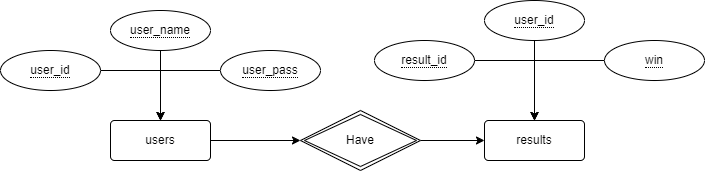
Before: public/img/skitgubbe/er.png, a diagram exported from draw.io (asili2001/MVC). Source tidied: cells renumbered, new cells last; positions are measured from the earlier drawing's top-left corner, leaving out a move shared by most shapes.
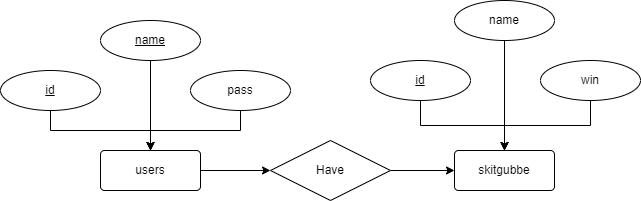
Later version of the same file.

Change to the diagram source:
```diff
@@ -6,52 +6,54 @@
       <mxGeometry relative="1" as="geometry" />
     </mxCell>
     <mxCell id="3" value="users" style="rounded=1;arcSize=10;whiteSpace=wrap;html=1;align=center;" parent="1" vertex="1">
-      <mxGeometry x="110" y="120" width="100" height="40" as="geometry" />
+      <mxGeometry x="130" y="120" width="100" height="40" as="geometry" />
     </mxCell>
-    <mxCell id="4" value="results" style="rounded=1;arcSize=10;whiteSpace=wrap;html=1;align=center;" parent="1" vertex="1">
+    <mxCell id="4" value="skitgubbe" style="rounded=1;arcSize=10;whiteSpace=wrap;html=1;align=center;" parent="1" vertex="1">
       <mxGeometry x="484" y="120" width="100" height="40" as="geometry" />
     </mxCell>
-    <mxCell id="5" style="edgeStyle=orthogonalEdgeStyle;rounded=0;jettySize=auto;html=1;entryX=0.5;entryY=0;entryDx=0;entryDy=0;" parent="1" edge="1" source="6" target="3">
-      <mxGeometry relative="1" as="geometry" />
-    </mxCell>
-    <mxCell id="6" value="&lt;span style=&quot;border-bottom: 1px dotted&quot;&gt;user_id&lt;/span&gt;" style="ellipse;whiteSpace=wrap;html=1;align=center;" parent="1" vertex="1">
-      <mxGeometry y="50" width="100" height="40" as="geometry" />
-    </mxCell>
-    <mxCell id="7" style="edgeStyle=orthogonalEdgeStyle;rounded=0;jettySize=auto;html=1;entryX=0.5;entryY=0;entryDx=0;entryDy=0;" parent="1" edge="1" source="8" target="3">
-      <mxGeometry relative="1" as="geometry" />
-    </mxCell>
-    <mxCell id="8" value="&lt;span style=&quot;border-bottom: 1px dotted&quot;&gt;user_name&lt;/span&gt;" style="ellipse;whiteSpace=wrap;html=1;align=center;" parent="1" vertex="1">
-      <mxGeometry x="110" y="10" width="100" height="40" as="geometry" />
-    </mxCell>
-    <mxCell id="9" style="edgeStyle=orthogonalEdgeStyle;rounded=0;jettySize=auto;html=1;" parent="1" edge="1" source="10" target="3">
-      <mxGeometry relative="1" as="geometry" />
-    </mxCell>
-    <mxCell id="10" value="&lt;span style=&quot;border-bottom: 1px dotted&quot;&gt;user_pass&lt;/span&gt;" style="ellipse;whiteSpace=wrap;html=1;align=center;" parent="1" vertex="1">
-      <mxGeometry x="220" y="50" width="100" height="40" as="geometry" />
-    </mxCell>
-    <mxCell id="11" style="edgeStyle=orthogonalEdgeStyle;rounded=0;jettySize=auto;html=1;entryX=0.5;entryY=0;entryDx=0;entryDy=0;" parent="1" edge="1" source="12" target="4">
-      <mxGeometry relative="1" as="geometry" />
-    </mxCell>
-    <mxCell id="12" value="&lt;span style=&quot;border-bottom: 1px dotted&quot;&gt;result_id&lt;/span&gt;" style="ellipse;whiteSpace=wrap;html=1;align=center;" parent="1" vertex="1">
-      <mxGeometry x="374" y="40" width="100" height="40" as="geometry" />
-    </mxCell>
-    <mxCell id="13" style="edgeStyle=orthogonalEdgeStyle;rounded=0;jettySize=auto;html=1;" parent="1" edge="1" source="14" target="4">
-      <mxGeometry relative="1" as="geometry" />
-    </mxCell>
-    <mxCell id="14" value="&lt;span style=&quot;border-bottom: 1px dotted&quot;&gt;user_id&lt;/span&gt;" style="ellipse;whiteSpace=wrap;html=1;align=center;" parent="1" vertex="1">
-      <mxGeometry x="484" width="100" height="40" as="geometry" />
-    </mxCell>
+    <mxCell id="17" style="edgeStyle=orthogonalEdgeStyle;rounded=0;jettySize=auto;html=1;" parent="1" edge="1" source="18" target="4">
+      <mxGeometry relative="1" as="geometry" />
+    </mxCell>
+    <mxCell id="18" value="Have" style="shape=rhombus;perimeter=rhombusPerimeter;whiteSpace=wrap;html=1;align=center;" parent="1" vertex="1">
+      <mxGeometry x="300" y="110" width="120" height="60" as="geometry" />
+    </mxCell>
+    <mxCell id="19" style="edgeStyle=orthogonalEdgeStyle;rounded=0;jettySize=auto;html=1;entryX=0.5;entryY=0;entryDx=0;entryDy=0;" parent="1" edge="1" source="20" target="3">
+      <mxGeometry relative="1" as="geometry" />
+    </mxCell>
+    <mxCell id="20" value="pass" style="ellipse;whiteSpace=wrap;html=1;align=center;" parent="1" vertex="1">
+      <mxGeometry x="220" y="40" width="100" height="40" as="geometry" />
+    </mxCell>
+    <mxCell id="21" style="edgeStyle=orthogonalEdgeStyle;rounded=0;jettySize=auto;html=1;entryX=0.5;entryY=0;entryDx=0;entryDy=0;" parent="1" edge="1" source="22" target="3">
+      <mxGeometry relative="1" as="geometry" />
+    </mxCell>
+    <mxCell id="22" value="id" style="ellipse;whiteSpace=wrap;html=1;align=center;fontStyle=4;" parent="1" vertex="1">
+      <mxGeometry x="30" y="40" width="100" height="40" as="geometry" />
+    </mxCell>
+    <mxCell id="23" style="edgeStyle=orthogonalEdgeStyle;rounded=0;jettySize=auto;html=1;" parent="1" edge="1" source="24">
+      <mxGeometry relative="1" as="geometry">
+        <mxPoint x="180" y="120" as="targetPoint" />
+      </mxGeometry>
+    </mxCell>
+    <mxCell id="24" value="name" style="ellipse;whiteSpace=wrap;html=1;align=center;fontStyle=4;" parent="1" vertex="1">
+      <mxGeometry x="130" y="-10" width="100" height="40" as="geometry" />
+    </mxCell>
     <mxCell id="15" style="edgeStyle=orthogonalEdgeStyle;rounded=0;jettySize=auto;html=1;" parent="1" edge="1" source="16" target="4">
       <mxGeometry relative="1" as="geometry" />
     </mxCell>
-    <mxCell id="16" value="&lt;span style=&quot;border-bottom: 1px dotted&quot;&gt;win&lt;/span&gt;" style="ellipse;whiteSpace=wrap;html=1;align=center;" parent="1" vertex="1">
-      <mxGeometry x="604" y="40" width="100" height="40" as="geometry" />
+    <mxCell id="16" value="win" style="ellipse;whiteSpace=wrap;html=1;align=center;" parent="1" vertex="1">
+      <mxGeometry x="570" y="30" width="100" height="40" as="geometry" />
     </mxCell>
-    <mxCell id="17" style="edgeStyle=orthogonalEdgeStyle;rounded=0;jettySize=auto;html=1;entryX=0;entryY=0.5;entryDx=0;entryDy=0;" parent="1" edge="1" source="18" target="4">
-      <mxGeometry relative="1" as="geometry" />
-    </mxCell>
-    <mxCell id="18" value="Have" style="shape=rhombus;double=1;perimeter=rhombusPerimeter;whiteSpace=wrap;html=1;align=center;" parent="1" vertex="1">
-      <mxGeometry x="300" y="110" width="120" height="60" as="geometry" />
-    </mxCell>
+    <mxCell id="25" style="edgeStyle=orthogonalEdgeStyle;rounded=0;jettySize=auto;html=1;" parent="1" edge="1" source="26" target="4">
+      <mxGeometry relative="1" as="geometry" />
+    </mxCell>
+    <mxCell id="26" value="name" style="ellipse;whiteSpace=wrap;html=1;align=center;" parent="1" vertex="1">
+      <mxGeometry x="484" y="-30" width="100" height="40" as="geometry" />
+    </mxCell>
+    <mxCell id="27" style="edgeStyle=orthogonalEdgeStyle;rounded=0;jettySize=auto;html=1;" parent="1" edge="1" source="28" target="4">
+      <mxGeometry relative="1" as="geometry" />
+    </mxCell>
+    <mxCell id="28" value="id" style="ellipse;whiteSpace=wrap;html=1;align=center;fontStyle=4;" parent="1" vertex="1">
+      <mxGeometry x="400" y="30" width="100" height="40" as="geometry" />
+    </mxCell>
   </root>
 </mxGraphModel>
```
